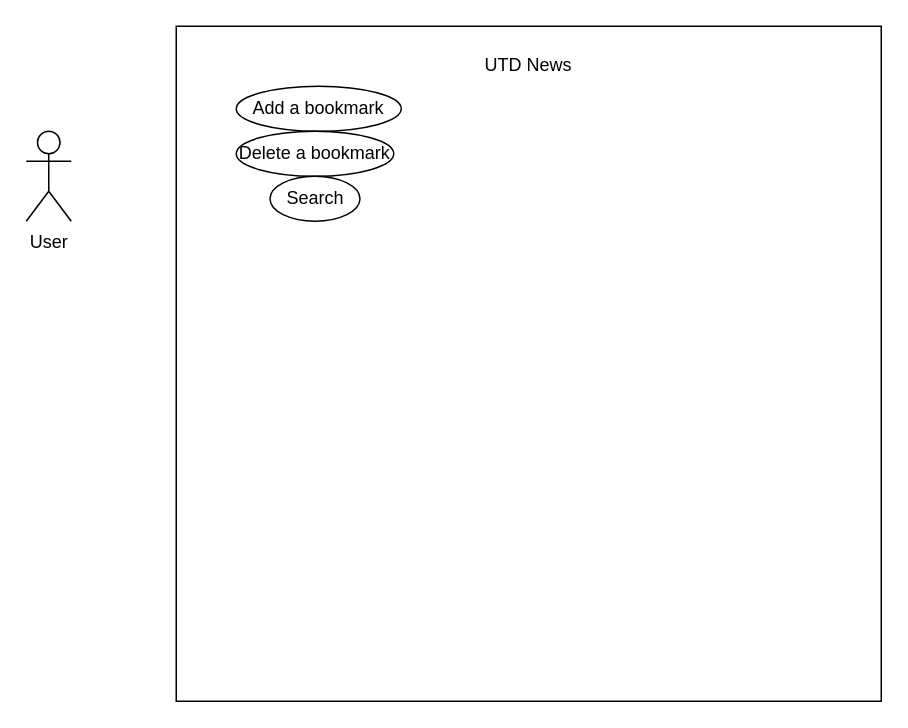
This is UML_diagram.drawio from hhp09/3354-Dallas, a draw.io file, before an edit. Source tidied: cells renumbered, new cells numbered last; positions are measured from the earlier drawing's top-left corner, leaving out a move shared by most shapes. Both pictures are drawn from the tidied source at 150%, with x=0, y=0 at pixel (26, 26).
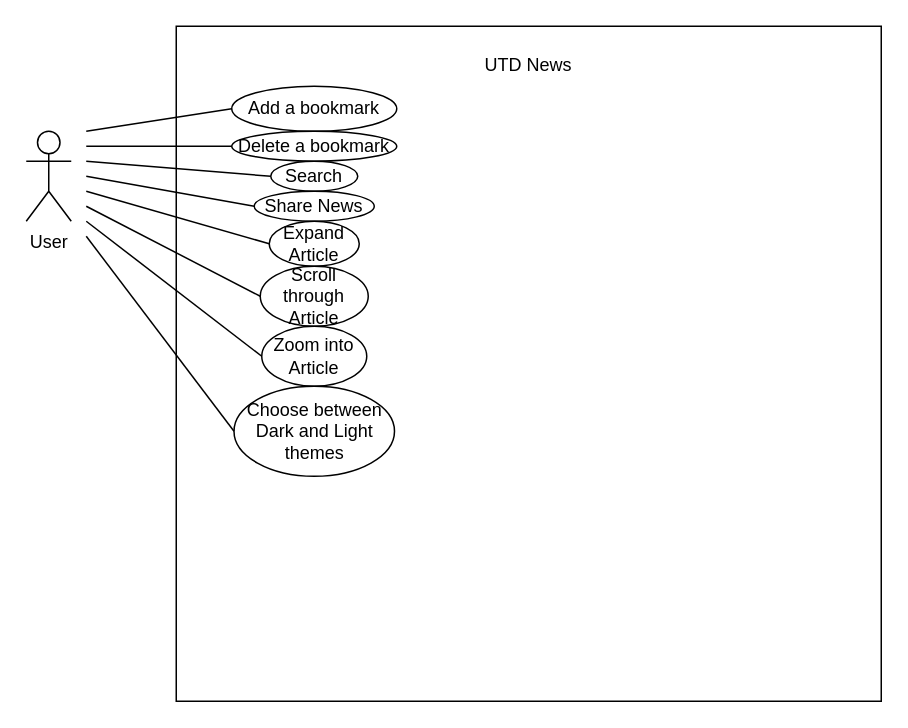
The same diagram, later.

Commit message:
Updated UML diagram

Copy the source, save as a .drawio file then open with draw.io

What changed in the source:
```diff
@@
     <mxCell id="4" value="Add a bookmark" style="ellipse;whiteSpace=wrap;html=1;" parent="1" vertex="1">
-      <mxGeometry x="140" y="40" width="110" height="30" as="geometry" />
+      <mxGeometry x="137" y="40" width="110" height="30" as="geometry" />
     </mxCell>
     <mxCell id="5" value="Delete a bookmark" style="ellipse;whiteSpace=wrap;html=1;" parent="1" vertex="1">
-      <mxGeometry x="140" y="70" width="105" height="30" as="geometry" />
+      <mxGeometry x="137" y="70" width="110" height="20" as="geometry" />
     </mxCell>
     <mxCell id="6" value="Search" style="ellipse;whiteSpace=wrap;html=1;" parent="1" vertex="1">
-      <mxGeometry x="162.5" y="100" width="60" height="30" as="geometry" />
+      <mxGeometry x="163" y="90" width="58" height="20" as="geometry" />
     </mxCell>
+    <mxCell id="7" value="Share News" style="ellipse;whiteSpace=wrap;html=1;" parent="1" vertex="1">
+      <mxGeometry x="152" y="110" width="80" height="20" as="geometry" />
+    </mxCell>
+    <mxCell id="8" value="Expand Article" style="ellipse;whiteSpace=wrap;html=1;" parent="1" vertex="1">
+      <mxGeometry x="162" y="130" width="60" height="30" as="geometry" />
+    </mxCell>
+    <mxCell id="9" value="Scroll through Article" style="ellipse;whiteSpace=wrap;html=1;" parent="1" vertex="1">
+      <mxGeometry x="156" y="160" width="72" height="40" as="geometry" />
+    </mxCell>
+    <mxCell id="10" value="Zoom into Article" style="ellipse;whiteSpace=wrap;html=1;" parent="1" vertex="1">
+      <mxGeometry x="157" y="200" width="70" height="40" as="geometry" />
+    </mxCell>
+    <mxCell id="11" value="Choose between Dark and Light themes" style="ellipse;whiteSpace=wrap;html=1;" parent="1" vertex="1">
+      <mxGeometry x="138.5" y="240" width="107" height="60" as="geometry" />
+    </mxCell>
+    <mxCell id="12" style="endArrow=none;html=1;entryX=0;entryY=0.5;entryDx=0;entryDy=0;" parent="1" edge="1" target="4">
+      <mxGeometry relative="1" as="geometry">
+        <mxPoint x="40" y="70" as="sourcePoint" />
+      </mxGeometry>
+    </mxCell>
+    <mxCell id="13" style="endArrow=none;html=1;entryX=0;entryY=0.5;entryDx=0;entryDy=0;" parent="1" edge="1" target="5">
+      <mxGeometry relative="1" as="geometry">
+        <mxPoint x="40" y="80" as="sourcePoint" />
+      </mxGeometry>
+    </mxCell>
+    <mxCell id="14" style="endArrow=none;html=1;entryX=0;entryY=0.5;entryDx=0;entryDy=0;" parent="1" edge="1" target="6">
+      <mxGeometry relative="1" as="geometry">
+        <mxPoint x="40" y="90" as="sourcePoint" />
+      </mxGeometry>
+    </mxCell>
+    <mxCell id="15" style="endArrow=none;html=1;entryX=0;entryY=0.5;entryDx=0;entryDy=0;" parent="1" edge="1" target="7">
+      <mxGeometry relative="1" as="geometry">
+        <mxPoint x="40" y="100" as="sourcePoint" />
+      </mxGeometry>
+    </mxCell>
+    <mxCell id="16" style="endArrow=none;html=1;entryX=0;entryY=0.5;entryDx=0;entryDy=0;" parent="1" edge="1" target="8">
+      <mxGeometry relative="1" as="geometry">
+        <mxPoint x="40" y="110" as="sourcePoint" />
+      </mxGeometry>
+    </mxCell>
+    <mxCell id="17" style="endArrow=none;html=1;entryX=0;entryY=0.5;entryDx=0;entryDy=0;" parent="1" edge="1" target="9">
+      <mxGeometry relative="1" as="geometry">
+        <mxPoint x="40" y="120" as="sourcePoint" />
+      </mxGeometry>
+    </mxCell>
+    <mxCell id="18" style="endArrow=none;html=1;entryX=0;entryY=0.5;entryDx=0;entryDy=0;" parent="1" edge="1" target="10">
+      <mxGeometry relative="1" as="geometry">
+        <mxPoint x="40" y="130" as="sourcePoint" />
+      </mxGeometry>
+    </mxCell>
+    <mxCell id="19" style="endArrow=none;html=1;entryX=0;entryY=0.5;entryDx=0;entryDy=0;" parent="1" edge="1" target="11">
+      <mxGeometry relative="1" as="geometry">
+        <mxPoint x="40" y="140" as="sourcePoint" />
+      </mxGeometry>
+    </mxCell>
```
